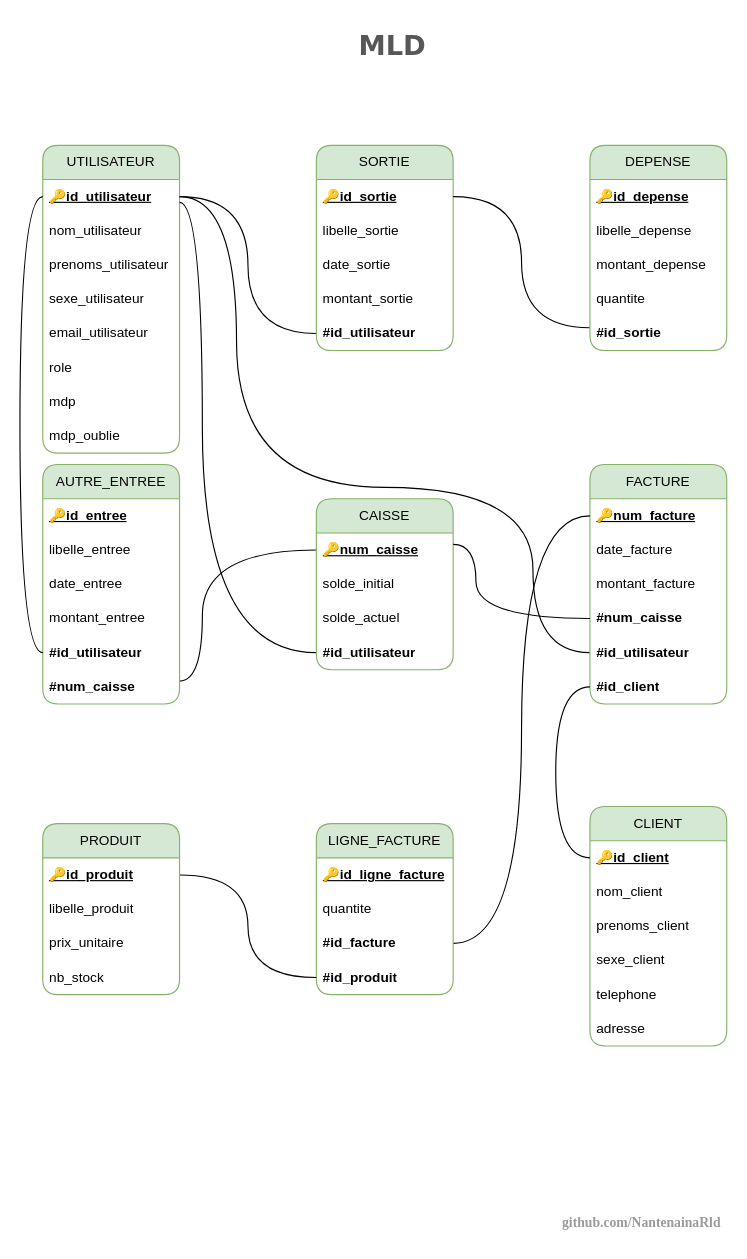
Before: page "Page-2" (3 of 5) of public/documents/flux_mcd_mld_mct_mot.drawio in NantenainaRld/www-faktiora-mg, a draw.io diagram. Source tidied: cells renumbered, new cells numbered last; positions are measured from the earlier drawing's top-left corner, leaving out a move shared by most shapes. Both pictures are drawn from the tidied source at 114%, with x=0, y=0 at pixel (42, 19).
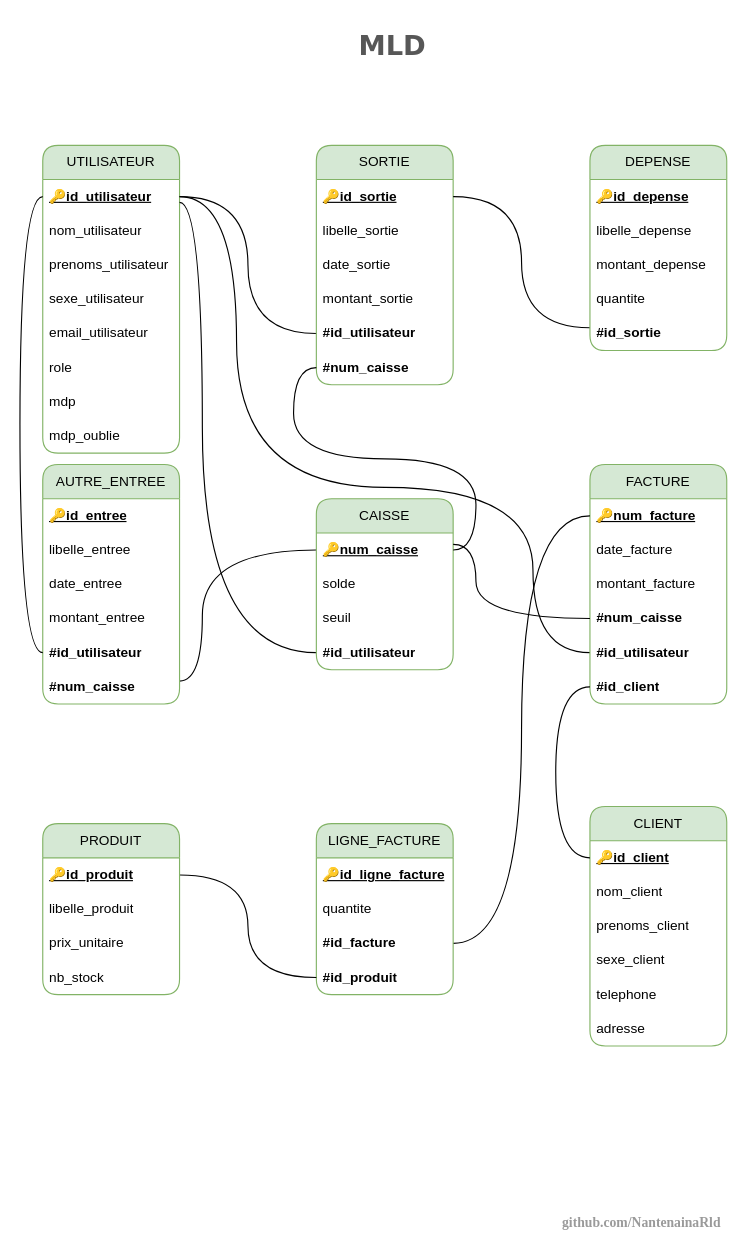
Above is the later version.

Commit message (it also covers changes not shown here):
update database caisse and sortie relation

Unchanged cells that the change refers to:
```xml
<mxCell id="35" value="CAISSE" style="swimlane;fontStyle=0;horizontal=1;startSize=30;whiteSpace=wrap;html=1;swimlaneFillColor=none;fillColor=#d5e8d4;strokeColor=#82b366;rounded=1;" parent="1" vertex="1">
  <mxGeometry x="240" y="420" width="120" height="150" as="geometry" />
</mxCell>
<mxCell id="36" value="&lt;b&gt;&lt;u&gt;🔑num_caisse&lt;/u&gt;&lt;/b&gt;" style="text;strokeColor=none;fillColor=none;align=left;verticalAlign=middle;spacingLeft=4;spacingRight=4;overflow=hidden;points=[[0,0.5],[1,0.5]];portConstraint=eastwest;whiteSpace=wrap;html=1;rounded=1;" parent="35" vertex="1">
  <mxGeometry y="30" width="120" height="30" as="geometry" />
</mxCell>
```

Change to the diagram source:
```diff
@@
     <mxCell id="12" value="SORTIE" style="swimlane;fontStyle=0;horizontal=1;startSize=30;whiteSpace=wrap;html=1;swimlaneFillColor=none;fillColor=#d5e8d4;strokeColor=#82b366;rounded=1;" parent="1" vertex="1">
-      <mxGeometry x="240" y="110" width="120" height="180" as="geometry" />
+      <mxGeometry x="240" y="110" width="120" height="210" as="geometry" />
     </mxCell>
@@
+    <mxCell id="71" value="&lt;b&gt;#num_caisse&lt;/b&gt;" style="text;strokeColor=none;fillColor=none;align=left;verticalAlign=middle;spacingLeft=4;spacingRight=4;overflow=hidden;points=[[0,0.5],[1,0.5]];portConstraint=eastwest;whiteSpace=wrap;html=1;rounded=1;" parent="12" vertex="1">
+      <mxGeometry y="180" width="120" height="30" as="geometry" />
+    </mxCell>
@@
-    <mxCell id="37" value="solde_initial" style="text;strokeColor=none;fillColor=none;align=left;verticalAlign=middle;spacingLeft=4;spacingRight=4;overflow=hidden;whiteSpace=wrap;html=1;rounded=1;" parent="35" vertex="1">
+    <mxCell id="37" value="solde" style="text;strokeColor=none;fillColor=none;align=left;verticalAlign=middle;spacingLeft=4;spacingRight=4;overflow=hidden;whiteSpace=wrap;html=1;rounded=1;" parent="35" vertex="1">
       <mxGeometry y="60" width="120" height="30" as="geometry" />
     </mxCell>
-    <mxCell id="38" value="solde_actuel" style="text;strokeColor=none;fillColor=none;align=left;verticalAlign=middle;spacingLeft=4;spacingRight=4;overflow=hidden;whiteSpace=wrap;html=1;rounded=1;" parent="35" vertex="1">
+    <mxCell id="38" value="seuil" style="text;strokeColor=none;fillColor=none;align=left;verticalAlign=middle;spacingLeft=4;spacingRight=4;overflow=hidden;whiteSpace=wrap;html=1;rounded=1;" parent="35" vertex="1">
       <mxGeometry y="90" width="120" height="30" as="geometry" />
     </mxCell>
@@
+    <mxCell id="72" style="edgeStyle=orthogonalEdgeStyle;rounded=0;jettySize=auto;html=1;curved=1;endArrow=none;endFill=0;" parent="1" edge="1" source="71" target="36">
+      <mxGeometry relative="1" as="geometry" />
+    </mxCell>
```
